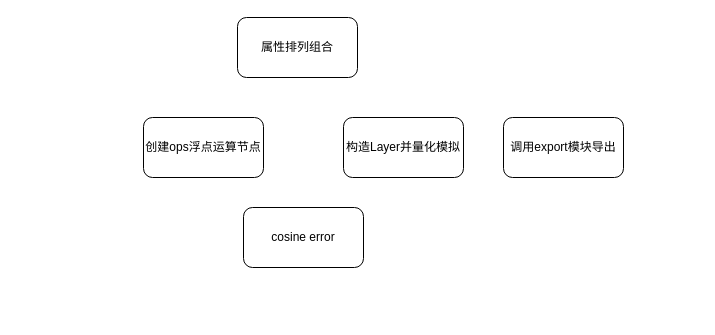
zccyman/Henson.github.io keeps this draw.io diagram as 未命名绘图.drawio. Above is the earlier version. Source tidied: cells renumbered, new cells numbered last; positions are measured from the earlier drawing's top-left corner, leaving out a move shared by most shapes. Both pictures are drawn from the tidied source at 100%, with x=0, y=0 at pixel (143, 17).
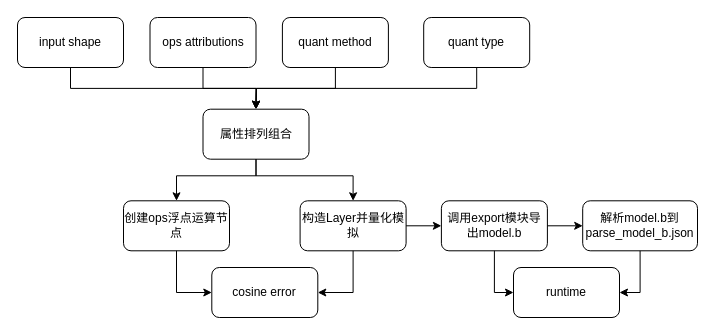
The same diagram, later.

The edit, as a diff of the source:
```diff
@@
+    <mxCell id="7" style="group;" parent="1" vertex="1">
+      <mxGeometry x="-126" width="680" height="300" as="geometry" />
+    </mxCell>
-    <mxCell id="2" value="属性排列组合" style="rounded=1;whiteSpace=wrap;html=1;" parent="1" vertex="1">
-      <mxGeometry x="94" width="120" height="60" as="geometry" />
+    <mxCell id="2" value="属性排列组合" style="rounded=1;whiteSpace=wrap;html=1;" parent="7" vertex="1">
+      <mxGeometry x="185.5" y="91.7" width="106" height="50" as="geometry" />
     </mxCell>
-    <mxCell id="3" value="创建ops浮点运算节点" style="rounded=1;whiteSpace=wrap;html=1;" parent="1" vertex="1">
-      <mxGeometry y="100" width="120" height="60" as="geometry" />
+    <mxCell id="3" value="创建ops浮点运算节点" style="rounded=1;whiteSpace=wrap;html=1;" parent="7" vertex="1">
+      <mxGeometry x="106" y="183.3" width="106" height="50" as="geometry" />
     </mxCell>
+    <mxCell id="8" style="edgeStyle=orthogonalEdgeStyle;rounded=0;jettySize=auto;html=1;exitX=0.5;exitY=1;exitDx=0;exitDy=0;entryX=0.5;entryY=0;entryDx=0;entryDy=0;" parent="7" edge="1" source="2" target="3">
+      <mxGeometry relative="1" as="geometry">
+        <Array as="points">
+          <mxPoint x="238.4" y="158.3" />
+          <mxPoint x="159" y="158.3" />
+        </Array>
+      </mxGeometry>
+    </mxCell>
-    <mxCell id="4" value="构造Layer并量化模拟" style="rounded=1;whiteSpace=wrap;html=1;" parent="1" vertex="1">
-      <mxGeometry x="200" y="100" width="120" height="60" as="geometry" />
+    <mxCell id="4" value="构造Layer并量化模拟" style="rounded=1;whiteSpace=wrap;html=1;" parent="7" vertex="1">
+      <mxGeometry x="282.6" y="183.3" width="106" height="50" as="geometry" />
     </mxCell>
+    <mxCell id="9" style="edgeStyle=orthogonalEdgeStyle;rounded=0;jettySize=auto;html=1;exitX=0.5;exitY=1;exitDx=0;exitDy=0;" parent="7" edge="1" source="2" target="4">
+      <mxGeometry relative="1" as="geometry">
+        <Array as="points">
+          <mxPoint x="238.4" y="158.3" />
+          <mxPoint x="335.6" y="158.3" />
+        </Array>
+      </mxGeometry>
+    </mxCell>
-    <mxCell id="5" value="cosine error" style="rounded=1;whiteSpace=wrap;html=1;" parent="1" vertex="1">
-      <mxGeometry x="100" y="190" width="120" height="60" as="geometry" />
+    <mxCell id="5" value="cosine error" style="rounded=1;whiteSpace=wrap;html=1;" parent="7" vertex="1">
+      <mxGeometry x="194.3" y="250" width="106" height="50" as="geometry" />
     </mxCell>
+    <mxCell id="10" style="edgeStyle=orthogonalEdgeStyle;rounded=0;jettySize=auto;html=1;exitX=0.5;exitY=1;exitDx=0;exitDy=0;entryX=0;entryY=0.5;entryDx=0;entryDy=0;" parent="7" edge="1" source="3" target="5">
+      <mxGeometry relative="1" as="geometry" />
+    </mxCell>
+    <mxCell id="11" style="edgeStyle=orthogonalEdgeStyle;rounded=0;jettySize=auto;html=1;exitX=0.5;exitY=1;exitDx=0;exitDy=0;entryX=1;entryY=0.5;entryDx=0;entryDy=0;" parent="7" edge="1" source="4" target="5">
+      <mxGeometry relative="1" as="geometry" />
+    </mxCell>
-    <mxCell id="6" value="调用export模块导出" style="rounded=1;whiteSpace=wrap;html=1;" parent="1" vertex="1">
-      <mxGeometry x="360" y="100" width="120" height="60" as="geometry" />
+    <mxCell id="6" value="调用export模块导出model.b" style="rounded=1;whiteSpace=wrap;html=1;" parent="7" vertex="1">
+      <mxGeometry x="423.9" y="183.3" width="106" height="50" as="geometry" />
     </mxCell>
+    <mxCell id="12" style="edgeStyle=orthogonalEdgeStyle;rounded=0;jettySize=auto;html=1;exitX=1;exitY=0.5;exitDx=0;exitDy=0;entryX=0;entryY=0.5;entryDx=0;entryDy=0;" parent="7" edge="1" source="4" target="6">
+      <mxGeometry relative="1" as="geometry" />
+    </mxCell>
+    <mxCell id="13" value="解析model.b到parse_model_b.json" style="rounded=1;whiteSpace=wrap;html=1;" parent="7" vertex="1">
+      <mxGeometry x="565.2" y="183.3" width="114.8" height="50" as="geometry" />
+    </mxCell>
+    <mxCell id="14" style="edgeStyle=orthogonalEdgeStyle;rounded=0;jettySize=auto;html=1;exitX=1;exitY=0.5;exitDx=0;exitDy=0;entryX=0;entryY=0.5;entryDx=0;entryDy=0;" parent="7" edge="1" source="6" target="13">
+      <mxGeometry relative="1" as="geometry" />
+    </mxCell>
+    <mxCell id="15" value="runtime" style="rounded=1;whiteSpace=wrap;html=1;" parent="7" vertex="1">
+      <mxGeometry x="496" y="250" width="106" height="50" as="geometry" />
+    </mxCell>
+    <mxCell id="16" style="edgeStyle=orthogonalEdgeStyle;rounded=0;jettySize=auto;html=1;exitX=0.5;exitY=1;exitDx=0;exitDy=0;entryX=0;entryY=0.5;entryDx=0;entryDy=0;" parent="7" edge="1" source="6" target="15">
+      <mxGeometry relative="1" as="geometry">
+        <Array as="points">
+          <mxPoint x="477" y="275" />
+        </Array>
+      </mxGeometry>
+    </mxCell>
+    <mxCell id="17" style="edgeStyle=orthogonalEdgeStyle;rounded=0;jettySize=auto;html=1;exitX=0.5;exitY=1;exitDx=0;exitDy=0;entryX=1;entryY=0.5;entryDx=0;entryDy=0;" parent="7" edge="1" source="13" target="15">
+      <mxGeometry relative="1" as="geometry" />
+    </mxCell>
+    <mxCell id="18" style="edgeStyle=orthogonalEdgeStyle;rounded=0;jettySize=auto;html=1;exitX=0.5;exitY=1;exitDx=0;exitDy=0;" parent="7" edge="1" source="19" target="2">
+      <mxGeometry relative="1" as="geometry" />
+    </mxCell>
+    <mxCell id="19" value="input shape" style="rounded=1;whiteSpace=wrap;html=1;" parent="7" vertex="1">
+      <mxGeometry width="106" height="50" as="geometry" />
+    </mxCell>
+    <mxCell id="20" style="edgeStyle=orthogonalEdgeStyle;rounded=0;jettySize=auto;html=1;exitX=0.5;exitY=1;exitDx=0;exitDy=0;" parent="7" edge="1" source="21">
+      <mxGeometry relative="1" as="geometry">
+        <mxPoint x="238.4" y="91.7" as="targetPoint" />
+      </mxGeometry>
+    </mxCell>
+    <mxCell id="21" value="ops attributions" style="rounded=1;whiteSpace=wrap;html=1;" parent="7" vertex="1">
+      <mxGeometry x="132.5" width="106" height="50" as="geometry" />
+    </mxCell>
+    <mxCell id="22" style="edgeStyle=orthogonalEdgeStyle;rounded=0;jettySize=auto;html=1;exitX=0.5;exitY=1;exitDx=0;exitDy=0;" parent="7" edge="1" source="23">
+      <mxGeometry relative="1" as="geometry">
+        <mxPoint x="238.4" y="91.7" as="targetPoint" />
+      </mxGeometry>
+    </mxCell>
+    <mxCell id="23" value="quant method" style="rounded=1;whiteSpace=wrap;html=1;" parent="7" vertex="1">
+      <mxGeometry x="264.9" width="106" height="50" as="geometry" />
+    </mxCell>
+    <mxCell id="24" style="edgeStyle=orthogonalEdgeStyle;rounded=0;jettySize=auto;html=1;exitX=0.5;exitY=1;exitDx=0;exitDy=0;" parent="7" edge="1" source="25">
+      <mxGeometry relative="1" as="geometry">
+        <mxPoint x="238.4" y="91.7" as="targetPoint" />
+      </mxGeometry>
+    </mxCell>
+    <mxCell id="25" value="quant type" style="rounded=1;whiteSpace=wrap;html=1;" parent="7" vertex="1">
+      <mxGeometry x="406.2" width="106" height="50" as="geometry" />
+    </mxCell>
```
